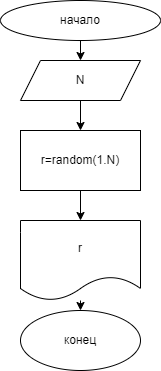
Earlier version of the draw.io export 2.ex00.drawio.png (MariaStrizh/practic2). Source tidied: cells renumbered, new cells last; positions are measured from the earlier drawing's top-left corner, leaving out a move shared by most shapes.
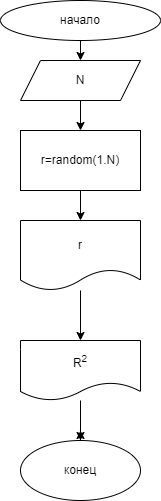
The same file after the commit.

The edit, as a diff of the source:
```diff
@@ -20,14 +20,28 @@
     <mxCell id="7" value="r=random(1.N)" style="whiteSpace=wrap;html=1;" parent="1" vertex="1">
       <mxGeometry x="20" y="130" width="120" height="60" as="geometry" />
     </mxCell>
-    <mxCell id="8" style="edgeStyle=none;html=1;" parent="1" edge="1" source="9" target="10">
-      <mxGeometry relative="1" as="geometry" />
-    </mxCell>
+    <mxCell id="11" style="edgeStyle=none;html=1;entryX=0.5;entryY=0;entryDx=0;entryDy=0;" parent="1" edge="1" source="9" target="14">
+      <mxGeometry relative="1" as="geometry" />
+    </mxCell>
     <mxCell id="9" value="r" style="shape=document;whiteSpace=wrap;html=1;boundedLbl=1;" parent="1" vertex="1">
-      <mxGeometry x="20" y="220" width="120" height="80" as="geometry" />
+      <mxGeometry x="20" y="220" width="120" height="70" as="geometry" />
     </mxCell>
+    <mxCell id="12" style="edgeStyle=none;html=1;" parent="1" edge="1" source="10">
+      <mxGeometry relative="1" as="geometry">
+        <mxPoint x="80" y="430" as="targetPoint" />
+        <Array as="points">
+          <mxPoint x="80" y="440" />
+        </Array>
+      </mxGeometry>
+    </mxCell>
     <mxCell id="10" value="конец" style="ellipse;whiteSpace=wrap;html=1;" parent="1" vertex="1">
-      <mxGeometry x="20" y="310" width="120" height="60" as="geometry" />
+      <mxGeometry x="20" y="440" width="120" height="60" as="geometry" />
     </mxCell>
+    <mxCell id="13" style="edgeStyle=none;html=1;entryX=0.5;entryY=0;entryDx=0;entryDy=0;" parent="1" edge="1" source="14" target="10">
+      <mxGeometry relative="1" as="geometry" />
+    </mxCell>
+    <mxCell id="14" value="R&lt;sup&gt;2&lt;/sup&gt;" style="shape=document;whiteSpace=wrap;html=1;boundedLbl=1;" parent="1" vertex="1">
+      <mxGeometry x="20" y="340" width="120" height="60" as="geometry" />
+    </mxCell>
   </root>
 </mxGraphModel>
```
